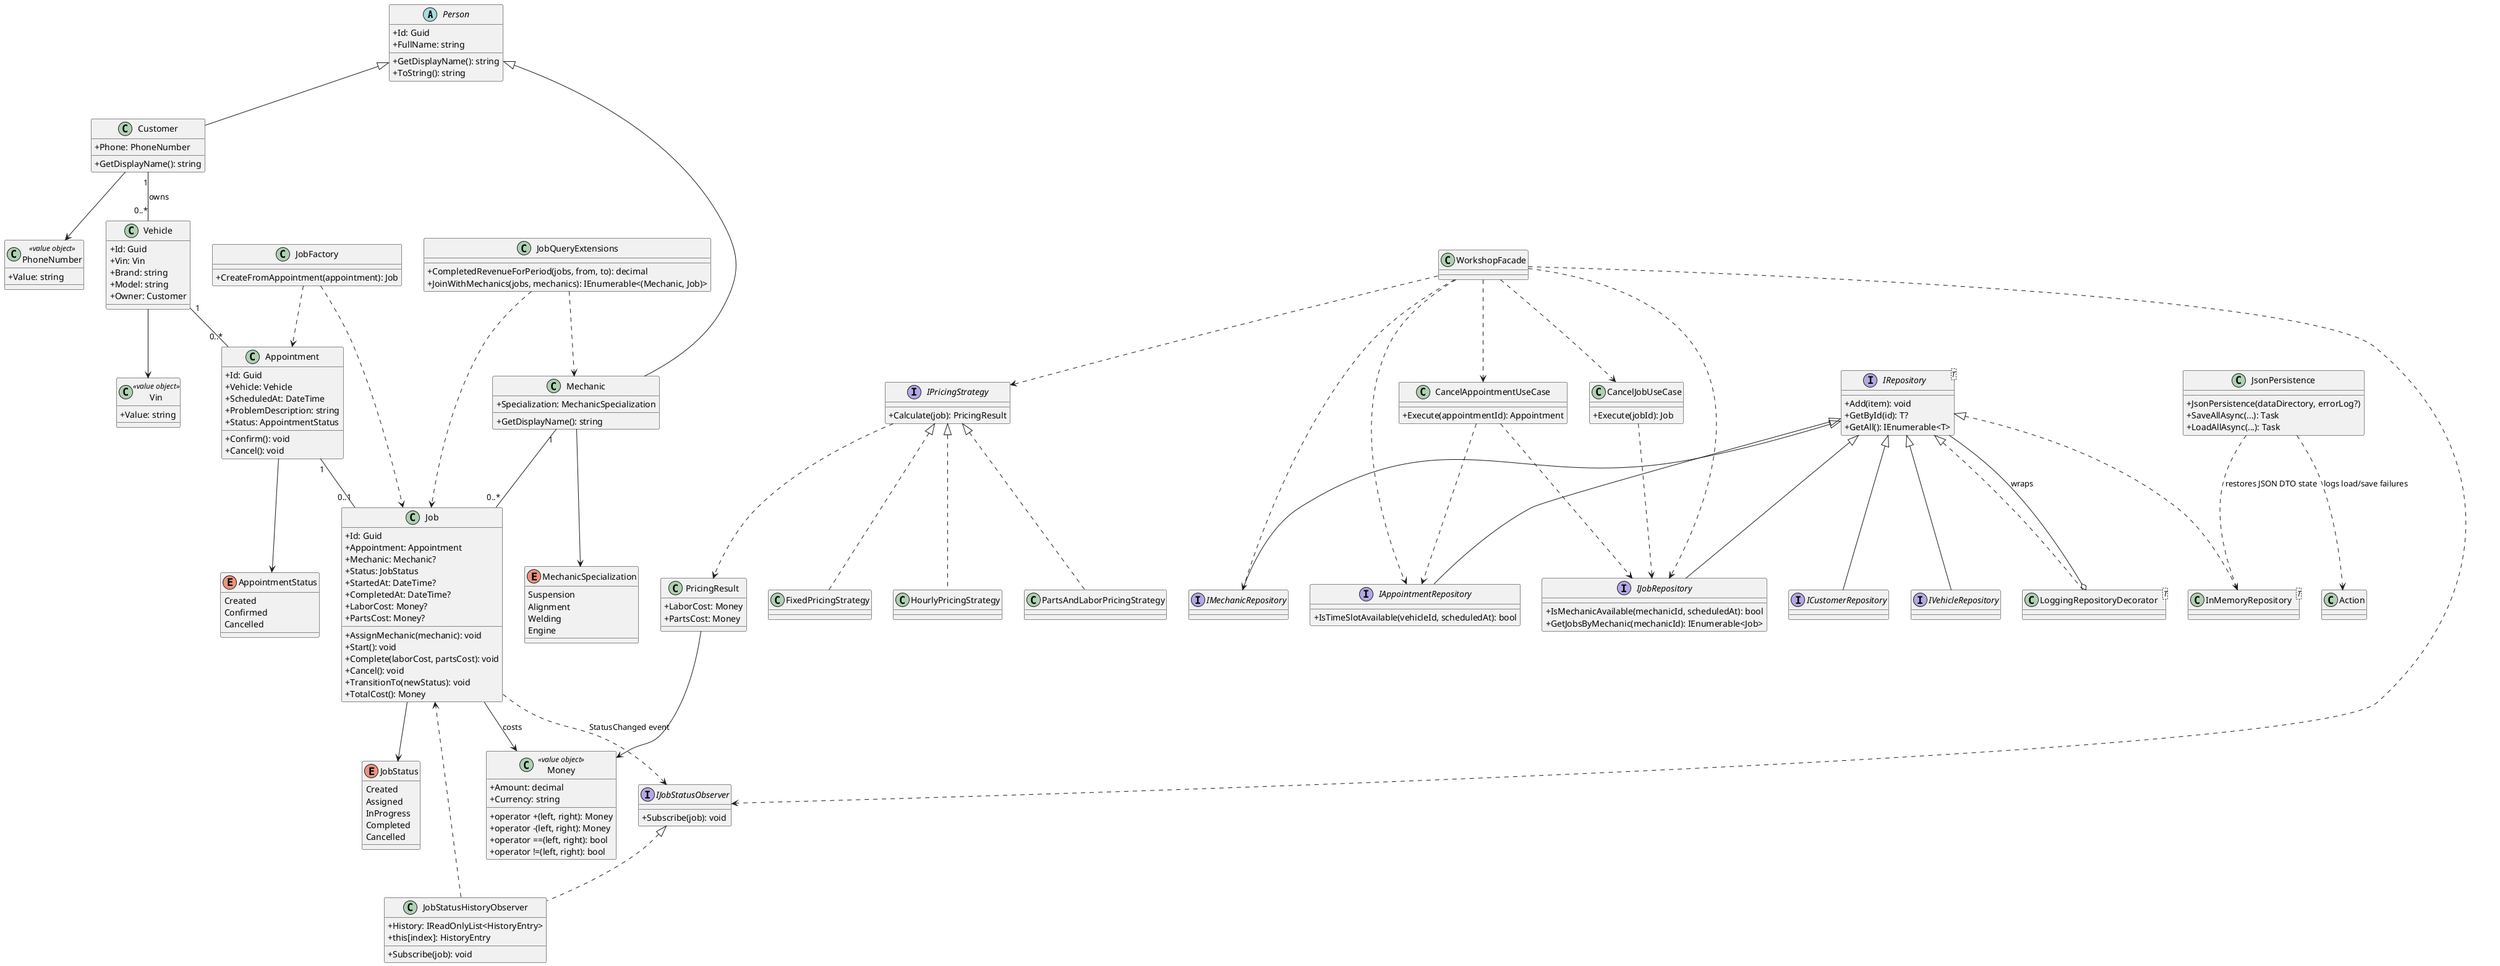
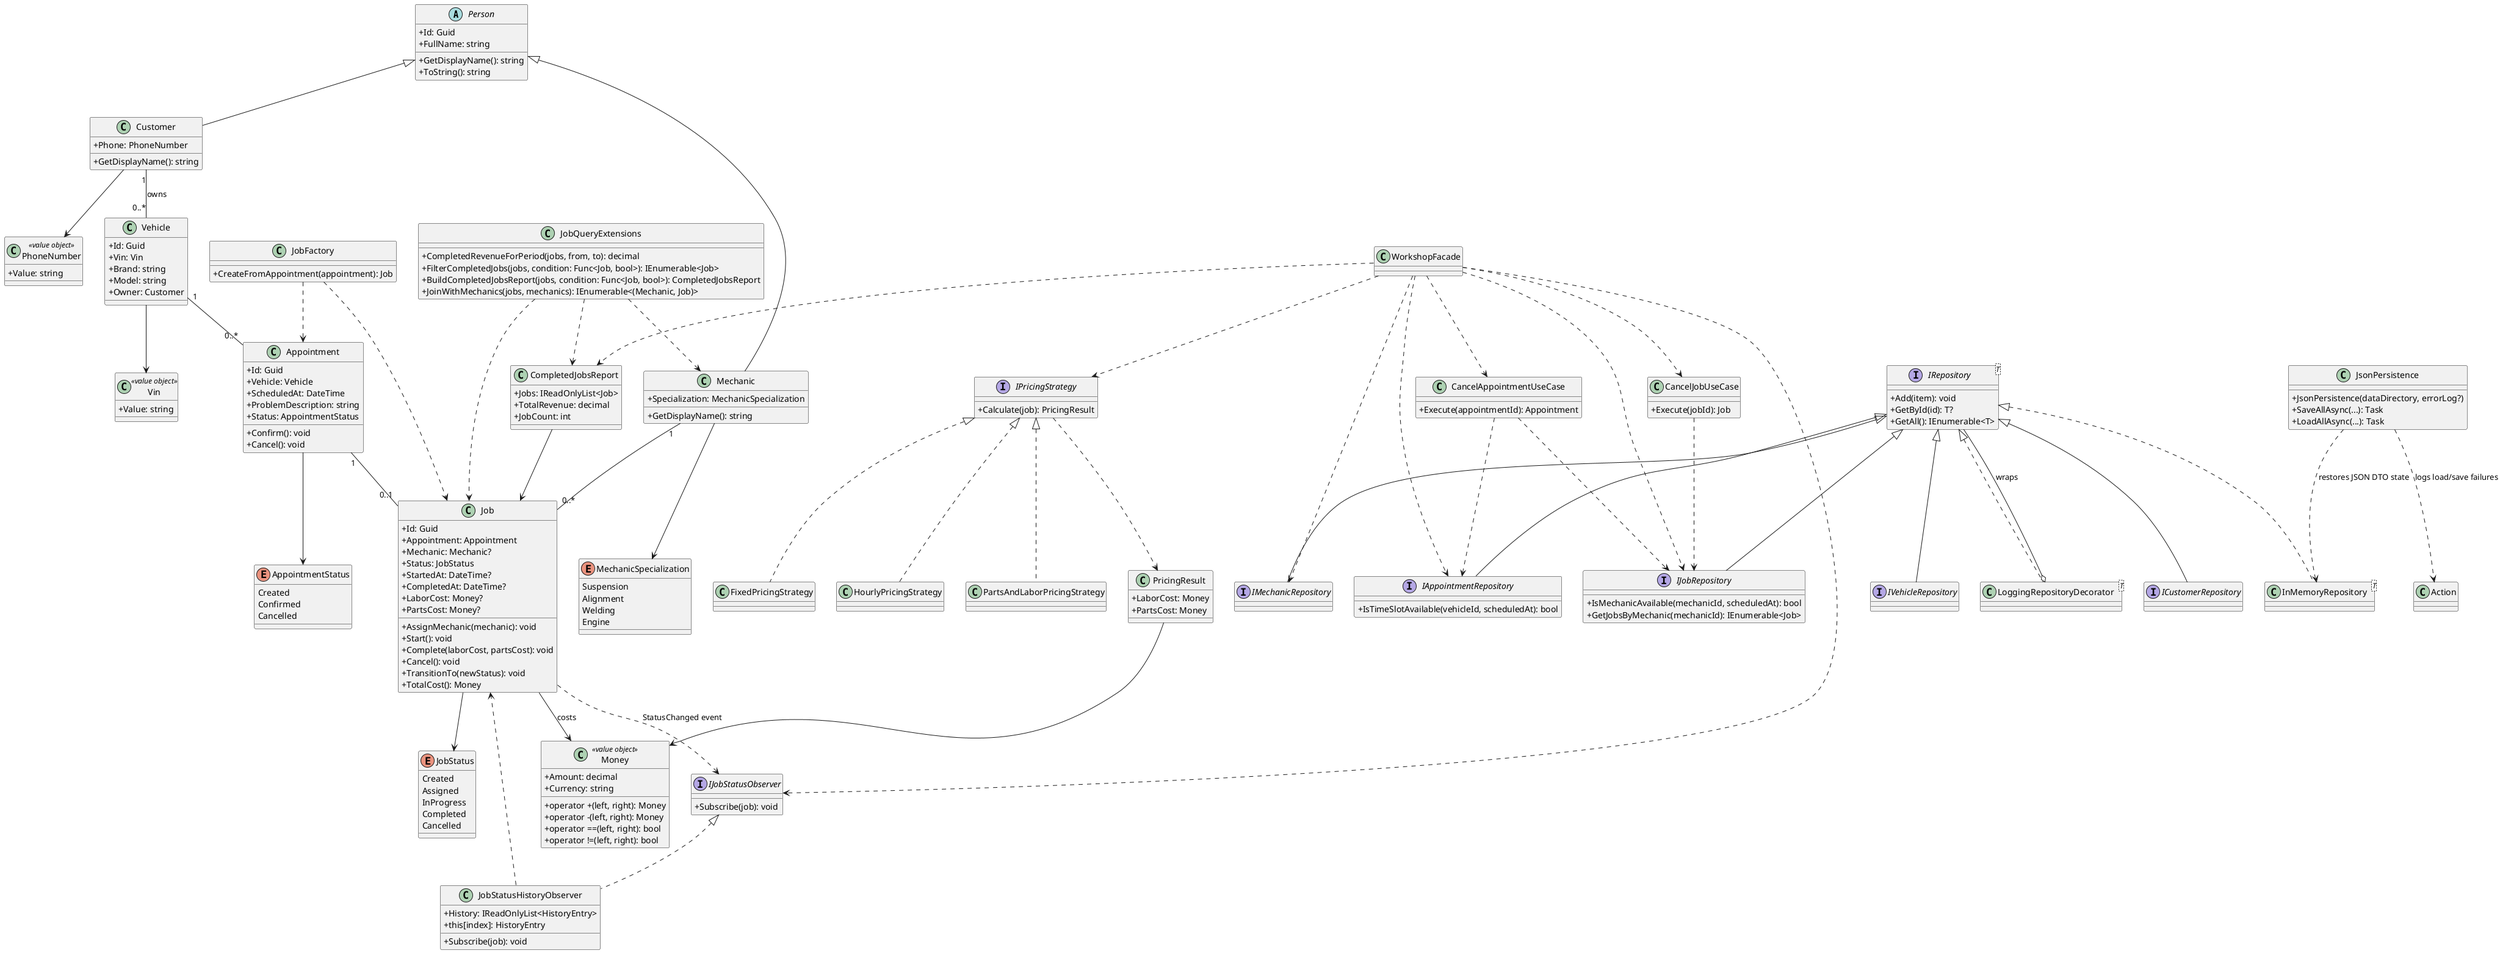
@startuml
skinparam classAttributeIconSize 0

abstract class Person {
  +Id: Guid
  +FullName: string
  +GetDisplayName(): string
  +ToString(): string
}

class Customer {
  +Phone: PhoneNumber
  +GetDisplayName(): string
}

class Mechanic {
  +Specialization: MechanicSpecialization
  +GetDisplayName(): string
}

class Vehicle {
  +Id: Guid
  +Vin: Vin
  +Brand: string
  +Model: string
  +Owner: Customer
}

class Appointment {
  +Id: Guid
  +Vehicle: Vehicle
  +ScheduledAt: DateTime
  +ProblemDescription: string
  +Status: AppointmentStatus
  +Confirm(): void
  +Cancel(): void
}

class Job {
  +Id: Guid
  +Appointment: Appointment
  +Mechanic: Mechanic?
  +Status: JobStatus
  +StartedAt: DateTime?
  +CompletedAt: DateTime?
  +LaborCost: Money?
  +PartsCost: Money?
  +AssignMechanic(mechanic): void
  +Start(): void
  +Complete(laborCost, partsCost): void
  +Cancel(): void
  +TransitionTo(newStatus): void
  +TotalCost(): Money
}

class Money <<value object>> {
  +Amount: decimal
  +Currency: string
  +operator +(left, right): Money
  +operator -(left, right): Money
  +operator ==(left, right): bool
  +operator !=(left, right): bool
}

class Vin <<value object>> {
  +Value: string
}

class PhoneNumber <<value object>> {
  +Value: string
}

class JobFactory {
  +CreateFromAppointment(appointment): Job
}

interface IPricingStrategy {
  +Calculate(job): PricingResult
}

class FixedPricingStrategy
class HourlyPricingStrategy
class PartsAndLaborPricingStrategy

class PricingResult {
  +LaborCost: Money
  +PartsCost: Money
}

interface IJobStatusObserver {
  +Subscribe(job): void
}

class JobStatusHistoryObserver {
  +History: IReadOnlyList<HistoryEntry>
  +this[index]: HistoryEntry
  +Subscribe(job): void
}

interface IRepository<T> {
  +Add(item): void
  +GetById(id): T?
  +GetAll(): IEnumerable<T>
}

interface ICustomerRepository
interface IVehicleRepository
interface IMechanicRepository
interface IAppointmentRepository {
  +IsTimeSlotAvailable(vehicleId, scheduledAt): bool
}
interface IJobRepository {
  +IsMechanicAvailable(mechanicId, scheduledAt): bool
  +GetJobsByMechanic(mechanicId): IEnumerable<Job>
}

class InMemoryRepository<T>
class LoggingRepositoryDecorator<T>
class WorkshopFacade
class CancelAppointmentUseCase {
  +Execute(appointmentId): Appointment
}
class CancelJobUseCase {
  +Execute(jobId): Job
}
class JobQueryExtensions {
  +CompletedRevenueForPeriod(jobs, from, to): decimal
+   +FilterCompletedJobs(jobs, condition: Func<Job, bool>): IEnumerable<Job>
+   +BuildCompletedJobsReport(jobs, condition: Func<Job, bool>): CompletedJobsReport
  +JoinWithMechanics(jobs, mechanics): IEnumerable<(Mechanic, Job)>
+ }
+ class CompletedJobsReport {
+   +Jobs: IReadOnlyList<Job>
+   +TotalRevenue: decimal
+   +JobCount: int
}
class JsonPersistence {
  +JsonPersistence(dataDirectory, errorLog?)
  +SaveAllAsync(...): Task
  +LoadAllAsync(...): Task
}

enum MechanicSpecialization {
  Suspension
  Alignment
  Welding
  Engine
}

enum AppointmentStatus {
  Created
  Confirmed
  Cancelled
}

enum JobStatus {
  Created
  Assigned
  InProgress
  Completed
  Cancelled
}

Person <|-- Customer
Person <|-- Mechanic

Customer "1" -- "0..*" Vehicle : owns
Vehicle "1" -- "0..*" Appointment
Appointment "1" -- "0..1" Job
Mechanic "1" -- "0..*" Job

Vehicle --> Vin
Customer --> PhoneNumber
Appointment --> AppointmentStatus
Job --> JobStatus
Mechanic --> MechanicSpecialization
Job --> Money : costs

JobFactory ..> Appointment
JobFactory ..> Job

IPricingStrategy <|.. FixedPricingStrategy
IPricingStrategy <|.. HourlyPricingStrategy
IPricingStrategy <|.. PartsAndLaborPricingStrategy
IPricingStrategy ..> PricingResult
PricingResult --> Money

IJobStatusObserver <|.. JobStatusHistoryObserver
JobStatusHistoryObserver ..> Job
Job ..> IJobStatusObserver : StatusChanged event

IRepository <|-- ICustomerRepository
IRepository <|-- IVehicleRepository
IRepository <|-- IMechanicRepository
IRepository <|-- IAppointmentRepository
IRepository <|-- IJobRepository

IRepository <|.. InMemoryRepository
IRepository <|.. LoggingRepositoryDecorator
LoggingRepositoryDecorator o-- IRepository : wraps

WorkshopFacade ..> IAppointmentRepository
WorkshopFacade ..> IJobRepository
WorkshopFacade ..> IMechanicRepository
WorkshopFacade ..> IPricingStrategy
WorkshopFacade ..> IJobStatusObserver
WorkshopFacade ..> CancelAppointmentUseCase
WorkshopFacade ..> CancelJobUseCase
+ WorkshopFacade ..> CompletedJobsReport
CancelAppointmentUseCase ..> IAppointmentRepository
CancelAppointmentUseCase ..> IJobRepository
CancelJobUseCase ..> IJobRepository

JobQueryExtensions ..> Job
JobQueryExtensions ..> Mechanic
+ JobQueryExtensions ..> CompletedJobsReport
+ CompletedJobsReport --> Job
JsonPersistence ..> InMemoryRepository : restores JSON DTO state
JsonPersistence ..> Action : logs load/save failures
@enduml
